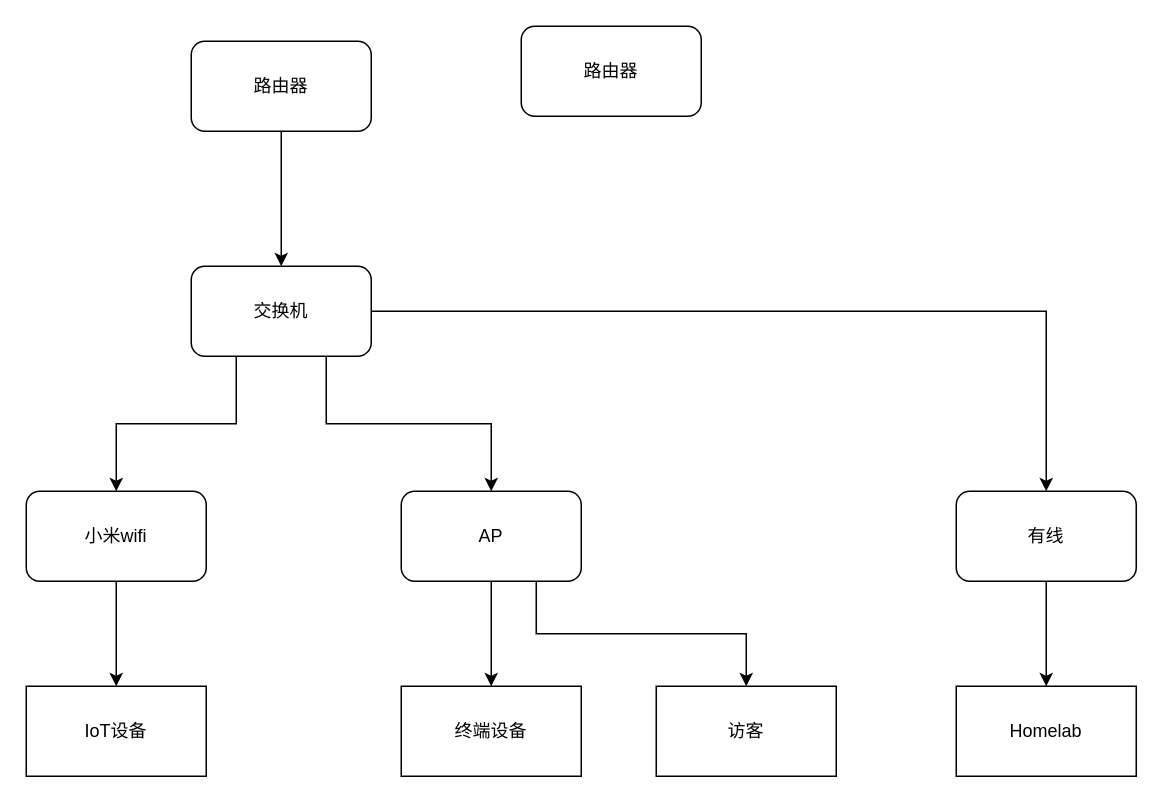
yimeng/test keeps this draw.io diagram as Untitled Diagram.drawio. Above is the earlier version. Source tidied: cells renumbered, new cells numbered last; positions are measured from the earlier drawing's top-left corner, leaving out a move shared by most shapes. Both pictures are drawn from the tidied source at 150%, with x=0, y=0 at pixel (26, 26).
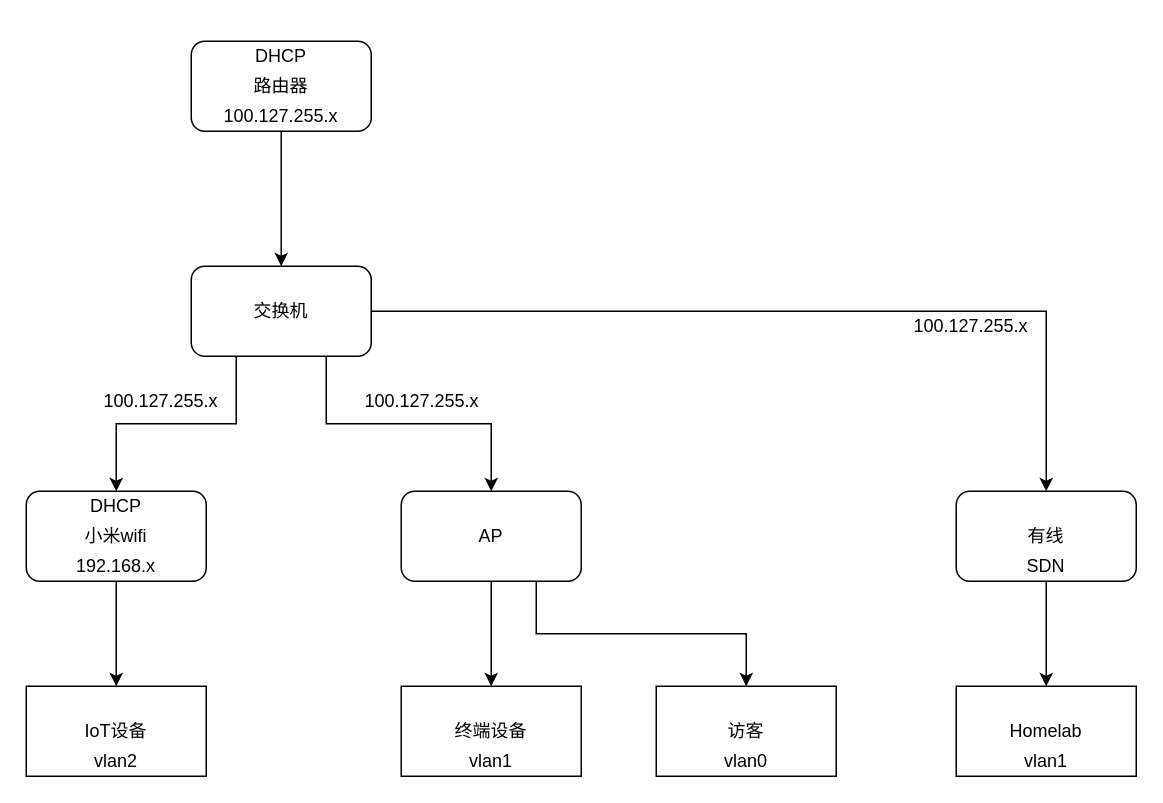
The same diagram, later.

What changed in the source:
```diff
@@
-    <mxCell id="19" value="路由器" style="rounded=1;whiteSpace=wrap;html=1;" parent="1" vertex="1">
-      <mxGeometry x="330" width="120" height="60" as="geometry" />
-    </mxCell>
+    <mxCell id="20" value="vlan1" style="text;html=1;strokeColor=none;fillColor=none;align=center;verticalAlign=middle;whiteSpace=wrap;rounded=0;" parent="1" vertex="1">
+      <mxGeometry x="290" y="480" width="40" height="20" as="geometry" />
+    </mxCell>
+    <mxCell id="21" value="vlan0" style="text;html=1;strokeColor=none;fillColor=none;align=center;verticalAlign=middle;whiteSpace=wrap;rounded=0;" parent="1" vertex="1">
+      <mxGeometry x="460" y="480" width="40" height="20" as="geometry" />
+    </mxCell>
+    <mxCell id="22" value="vlan1" style="text;html=1;strokeColor=none;fillColor=none;align=center;verticalAlign=middle;whiteSpace=wrap;rounded=0;" parent="1" vertex="1">
+      <mxGeometry x="660" y="480" width="40" height="20" as="geometry" />
+    </mxCell>
+    <mxCell id="23" value="vlan2" style="text;html=1;strokeColor=none;fillColor=none;align=center;verticalAlign=middle;whiteSpace=wrap;rounded=0;" parent="1" vertex="1">
+      <mxGeometry x="40" y="480" width="40" height="20" as="geometry" />
+    </mxCell>
+    <mxCell id="24" value="DHCP" style="text;html=1;strokeColor=none;fillColor=none;align=center;verticalAlign=middle;whiteSpace=wrap;rounded=0;" parent="1" vertex="1">
+      <mxGeometry x="150" y="10" width="40" height="20" as="geometry" />
+    </mxCell>
+    <mxCell id="25" value="DHCP" style="text;html=1;strokeColor=none;fillColor=none;align=center;verticalAlign=middle;whiteSpace=wrap;rounded=0;" parent="1" vertex="1">
+      <mxGeometry x="40" y="310" width="40" height="20" as="geometry" />
+    </mxCell>
+    <mxCell id="26" value="192.168.x" style="text;html=1;strokeColor=none;fillColor=none;align=center;verticalAlign=middle;whiteSpace=wrap;rounded=0;" parent="1" vertex="1">
+      <mxGeometry x="30" y="350" width="60" height="20" as="geometry" />
+    </mxCell>
+    <mxCell id="27" value="100.127.255.x" style="text;html=1;strokeColor=none;fillColor=none;align=center;verticalAlign=middle;whiteSpace=wrap;rounded=0;" parent="1" vertex="1">
+      <mxGeometry x="140" y="50" width="60" height="20" as="geometry" />
+    </mxCell>
+    <mxCell id="28" value="100.127.255.x" style="text;html=1;strokeColor=none;fillColor=none;align=center;verticalAlign=middle;whiteSpace=wrap;rounded=0;" parent="1" vertex="1">
+      <mxGeometry x="234" y="240" width="60" height="20" as="geometry" />
+    </mxCell>
+    <mxCell id="29" value="100.127.255.x" style="text;html=1;strokeColor=none;fillColor=none;align=center;verticalAlign=middle;whiteSpace=wrap;rounded=0;" parent="1" vertex="1">
+      <mxGeometry x="60" y="240" width="60" height="20" as="geometry" />
+    </mxCell>
+    <mxCell id="30" value="100.127.255.x" style="text;html=1;strokeColor=none;fillColor=none;align=center;verticalAlign=middle;whiteSpace=wrap;rounded=0;" parent="1" vertex="1">
+      <mxGeometry x="600" y="190" width="60" height="20" as="geometry" />
+    </mxCell>
+    <mxCell id="31" value="SDN" style="text;html=1;strokeColor=none;fillColor=none;align=center;verticalAlign=middle;whiteSpace=wrap;rounded=0;" parent="1" vertex="1">
+      <mxGeometry x="650" y="350" width="60" height="20" as="geometry" />
+    </mxCell>
```
